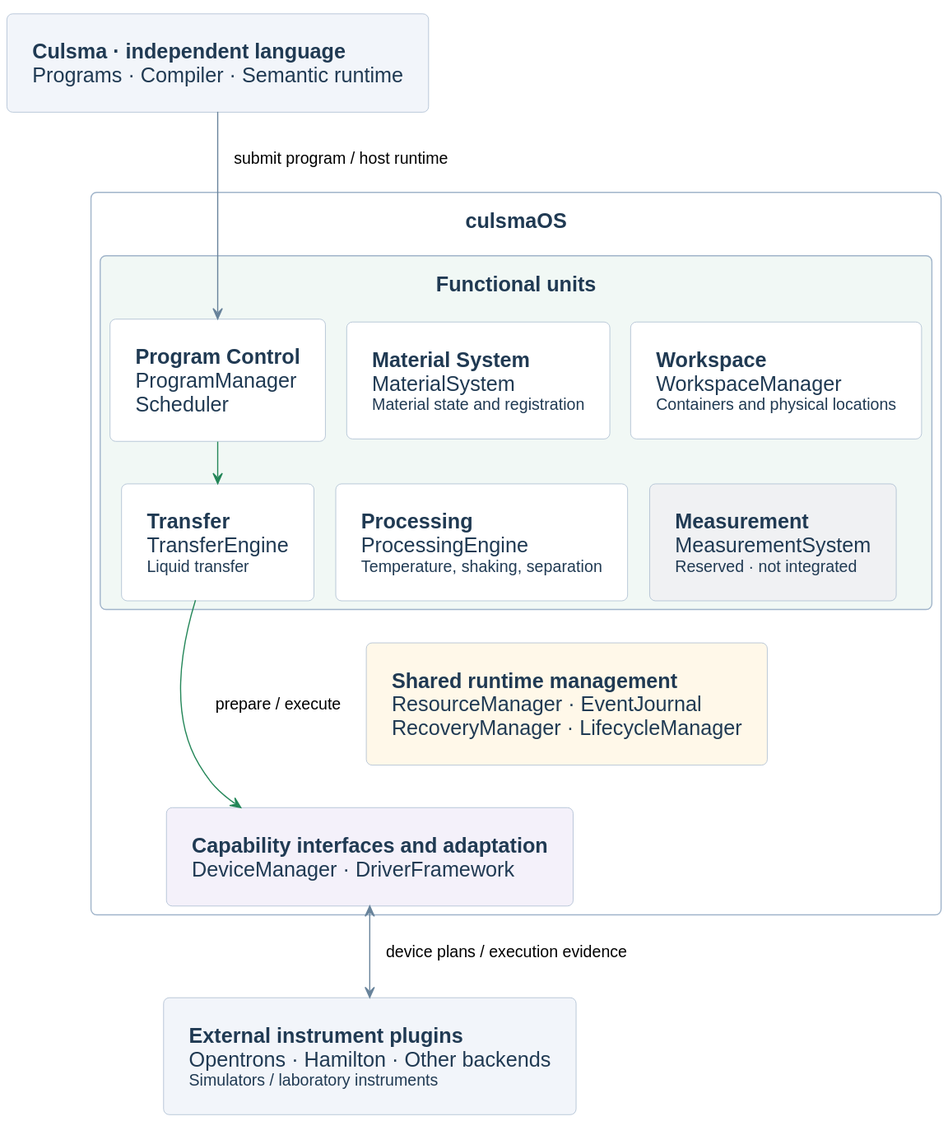
Above: diagrams/readme-overview.svg in culsma/culsmaOS (PlantUML), before the change. Its diagram source:
```plantuml
@startuml
!pragma layout smetana
top to bottom direction
skinparam backgroundColor #FFFFFF
skinparam defaultFontName Arial
skinparam defaultFontSize 18
skinparam shadowing false
skinparam roundcorner 10
skinparam packageStyle rectangle
skinparam ArrowColor #68839B
skinparam ArrowFontSize 14
skinparam nodesep 24
skinparam ranksep 24
skinparam Padding 12
skinparam package {
 BackgroundColor #F5F8FD
 BorderColor #A0B4CA
 FontColor #203A53
 FontStyle bold
}
skinparam rectangle {
 BackgroundColor #FFFFFF
 BorderColor #A0B4CA
 FontColor #203A53
}
rectangle "<b>Culsma · independent language</b>\nPrograms · Compiler · Semantic runtime" as LANGUAGE #F2F5FA
package "culsmaOS" as OS {
 package "Functional units" as UNITS #F1F8F5 {
  rectangle "<b>Program Control</b>\nProgramManager\nScheduler" as CONTROL
  rectangle "<b>Material System</b>\nMaterialSystem\n<size:14>Material state and registration</size>" as MATERIAL
  rectangle "<b>Workspace</b>\nWorkspaceManager\n<size:14>Containers and physical locations</size>" as WORKSPACE
  rectangle "<b>Transfer</b>\nTransferEngine\n<size:14>Liquid transfer</size>" as TRANSFER
  rectangle "<b>Processing</b>\nProcessingEngine\n<size:14>Temperature, shaking, separation</size>" as PROCESS
  rectangle "<b>Measurement</b>\nMeasurementSystem\n<size:14>Reserved · not integrated</size>" as MEASURE #F0F1F3
  CONTROL -[hidden]right-> MATERIAL
  MATERIAL -[hidden]right-> WORKSPACE
  TRANSFER -[hidden]right-> PROCESS
  PROCESS -[hidden]right-> MEASURE
  MATERIAL -[hidden]down-> PROCESS
  WORKSPACE -[hidden]down-> MEASURE
 }
 rectangle "<b>Shared runtime management</b>\nResourceManager · EventJournal\nRecoveryManager · LifecycleManager" as COMMON #FFF8E9
 rectangle "<b>Capability interfaces and adaptation</b>\nDeviceManager · DriverFramework" as ACCESS #F4F1FA
 PROCESS -[hidden]down-> COMMON
 COMMON -[hidden]down-> ACCESS
}
rectangle "<b>External instrument plugins</b>\nOpentrons · Hamilton · Other backends\n<size:14>Simulators / laboratory instruments</size>" as PLUGINS #F2F5FA
LANGUAGE -down-> CONTROL : submit program / host runtime
CONTROL -[#238658]down-> TRANSFER
TRANSFER -[#238658]down-> ACCESS : prepare / execute
ACCESS <-down-> PLUGINS : device plans / execution evidence
@enduml
```
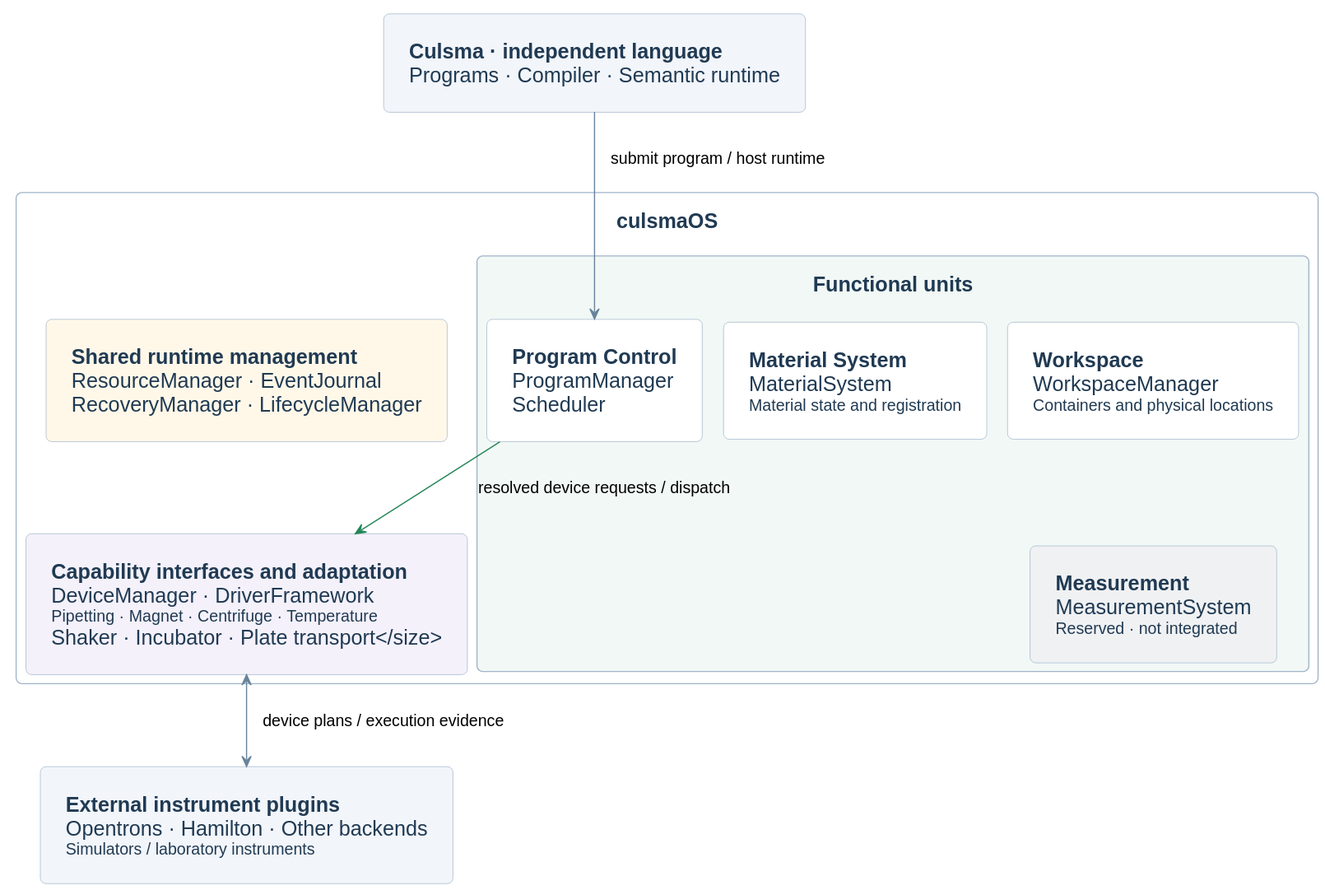
After the commit.

What changed in the source:
```diff
@@ -29,24 +29,17 @@
   rectangle "<b>Program Control</b>\nProgramManager\nScheduler" as CONTROL
   rectangle "<b>Material System</b>\nMaterialSystem\n<size:14>Material state and registration</size>" as MATERIAL
   rectangle "<b>Workspace</b>\nWorkspaceManager\n<size:14>Containers and physical locations</size>" as WORKSPACE
-  rectangle "<b>Transfer</b>\nTransferEngine\n<size:14>Liquid transfer</size>" as TRANSFER
-  rectangle "<b>Processing</b>\nProcessingEngine\n<size:14>Temperature, shaking, separation</size>" as PROCESS
   rectangle "<b>Measurement</b>\nMeasurementSystem\n<size:14>Reserved · not integrated</size>" as MEASURE #F0F1F3
   CONTROL -[hidden]right-> MATERIAL
   MATERIAL -[hidden]right-> WORKSPACE
-  TRANSFER -[hidden]right-> PROCESS
-  PROCESS -[hidden]right-> MEASURE
-  MATERIAL -[hidden]down-> PROCESS
   WORKSPACE -[hidden]down-> MEASURE
  }
  rectangle "<b>Shared runtime management</b>\nResourceManager · EventJournal\nRecoveryManager · LifecycleManager" as COMMON #FFF8E9
- rectangle "<b>Capability interfaces and adaptation</b>\nDeviceManager · DriverFramework" as ACCESS #F4F1FA
- PROCESS -[hidden]down-> COMMON
+ rectangle "<b>Capability interfaces and adaptation</b>\nDeviceManager · DriverFramework\n<size:14>Pipetting · Magnet · Centrifuge · Temperature\nShaker · Incubator · Plate transport</size>" as ACCESS #F4F1FA
  COMMON -[hidden]down-> ACCESS
 }
 rectangle "<b>External instrument plugins</b>\nOpentrons · Hamilton · Other backends\n<size:14>Simulators / laboratory instruments</size>" as PLUGINS #F2F5FA
 LANGUAGE -down-> CONTROL : submit program / host runtime
-CONTROL -[#238658]down-> TRANSFER
-TRANSFER -[#238658]down-> ACCESS : prepare / execute
+CONTROL -[#238658]down-> ACCESS : resolved device requests / dispatch
 ACCESS <-down-> PLUGINS : device plans / execution evidence
 @enduml
```
